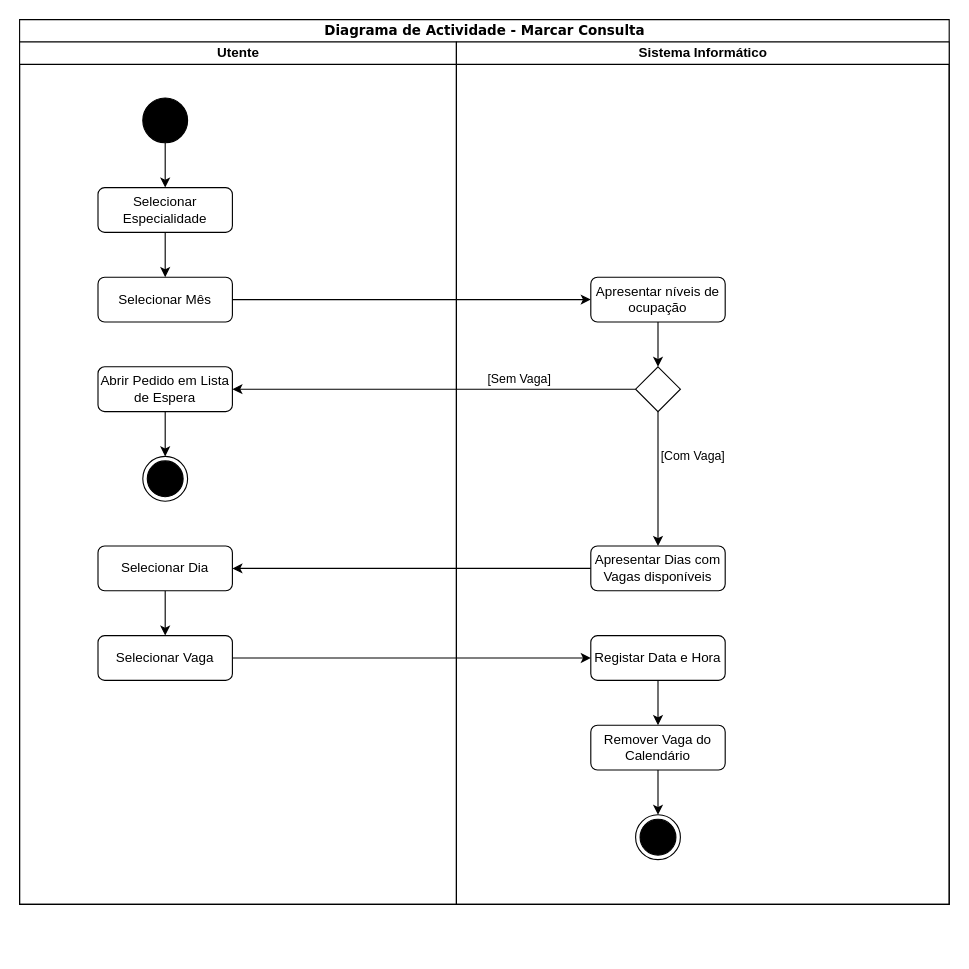
carlan92/Hospital_Management_System keeps this draw.io diagram as page "Marcar Consulta" (1 of 6) of Diagramas de actividades.drawio. Above is the earlier version. Source tidied: cells renumbered, new cells numbered last; positions are measured from the earlier drawing's top-left corner, leaving out a move shared by most shapes. Both pictures are drawn from the tidied source at 112%, with x=0, y=0 at pixel (19, 19).
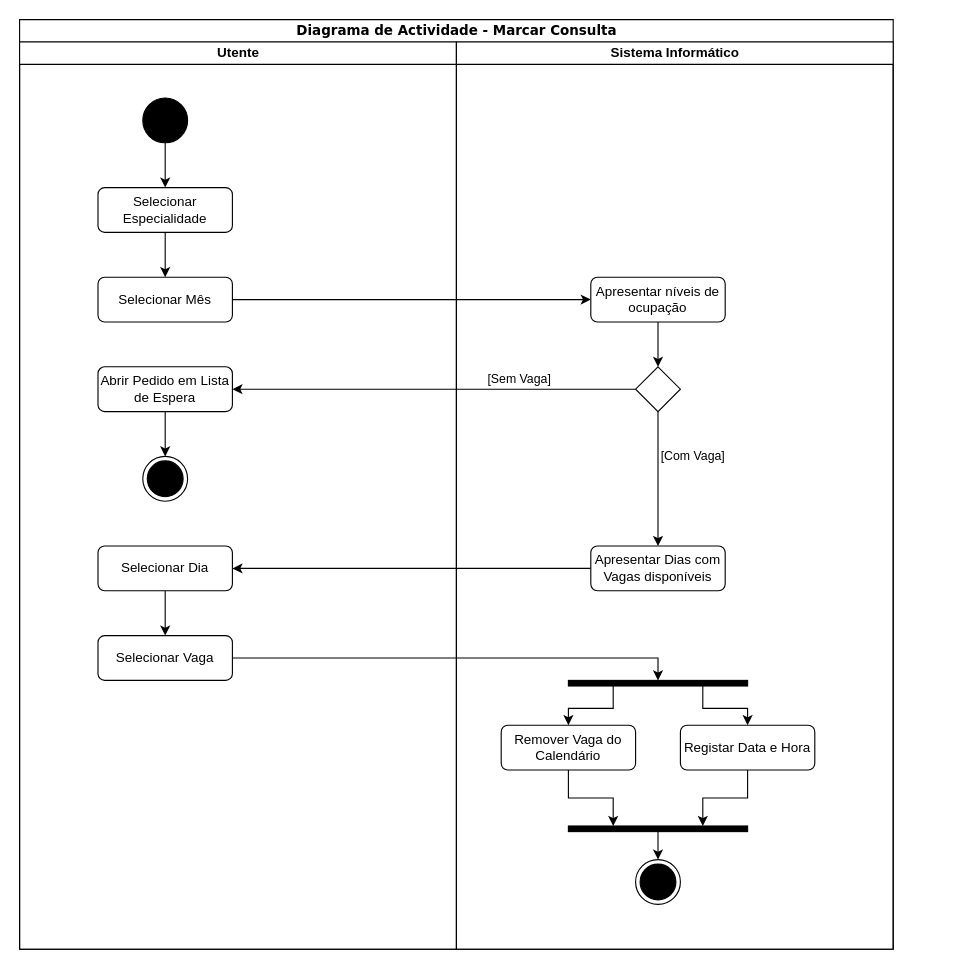
The same page after the edit.

Commit message:
#3 Actualização do diagrama de actividades de marcar consulta

Unchanged cells that the change refers to:
```xml
<mxCell id="19" value="Selecionar Vaga" style="rounded=1;whiteSpace=wrap;html=1;" parent="8" vertex="1">
  <mxGeometry x="70" y="530" width="120" height="40" as="geometry" />
</mxCell>
```

The edit, as a diff of the source:
```diff
@@
     <mxCell id="2" value="Diagrama de Actividade - Marcar Consulta" style="swimlane;html=1;startSize=20;rounded=0;shadow=0;comic=0;labelBackgroundColor=none;strokeWidth=1;fontFamily=Verdana;fontSize=12;align=center;" parent="1" vertex="1">
-      <mxGeometry width="830" height="790" as="geometry" />
+      <mxGeometry width="780" height="830" as="geometry" />
     </mxCell>
@@
-    <mxCell id="7" style="edgeStyle=orthogonalEdgeStyle;rounded=0;jettySize=auto;html=1;entryX=0;entryY=0.5;entryDx=0;entryDy=0;" parent="2" edge="1" source="19" target="22">
+    <mxCell id="7" style="edgeStyle=orthogonalEdgeStyle;rounded=0;jettySize=auto;html=1;entryX=0.5;entryY=0;entryDx=0;entryDy=0;" parent="2" edge="1" source="19" target="35">
       <mxGeometry relative="1" as="geometry" />
     </mxCell>
     <mxCell id="8" value="Utente" style="swimlane;html=1;startSize=20;" parent="2" vertex="1">
-      <mxGeometry y="20" width="390" height="770" as="geometry" />
+      <mxGeometry y="20" width="390" height="810" as="geometry" />
     </mxCell>
@@
     <mxCell id="20" value="Sistema Informático" style="swimlane;html=1;startSize=20;" parent="2" vertex="1">
-      <mxGeometry x="390" y="20" width="440" height="770" as="geometry" />
+      <mxGeometry x="390" y="20" width="390" height="810" as="geometry" />
     </mxCell>
-    <mxCell id="21" style="edgeStyle=orthogonalEdgeStyle;rounded=0;jettySize=auto;html=1;" parent="20" edge="1" source="22" target="24">
+    <mxCell id="21" style="edgeStyle=orthogonalEdgeStyle;rounded=0;jettySize=auto;html=1;exitX=0.25;exitY=1;exitDx=0;exitDy=0;" parent="20" edge="1" source="35" target="24">
       <mxGeometry relative="1" as="geometry" />
     </mxCell>
+    <mxCell id="32" style="edgeStyle=orthogonalEdgeStyle;rounded=0;jettySize=auto;html=1;exitX=0.5;exitY=1;exitDx=0;exitDy=0;entryX=0.75;entryY=0;entryDx=0;entryDy=0;" parent="20" edge="1" source="22" target="37">
+      <mxGeometry relative="1" as="geometry" />
+    </mxCell>
     <mxCell id="22" value="Registar Data e Hora" style="rounded=1;whiteSpace=wrap;html=1;" parent="20" vertex="1">
-      <mxGeometry x="120" y="530" width="120" height="40" as="geometry" />
+      <mxGeometry x="200" y="610" width="120" height="40" as="geometry" />
     </mxCell>
-    <mxCell id="23" style="edgeStyle=orthogonalEdgeStyle;rounded=0;jettySize=auto;html=1;entryX=0.5;entryY=0;entryDx=0;entryDy=0;" parent="20" edge="1" source="24" target="31">
-      <mxGeometry relative="1" as="geometry" />
-    </mxCell>
+    <mxCell id="33" style="edgeStyle=orthogonalEdgeStyle;rounded=0;jettySize=auto;html=1;exitX=0.5;exitY=1;exitDx=0;exitDy=0;entryX=0.25;entryY=0;entryDx=0;entryDy=0;" parent="20" edge="1" source="24" target="37">
+      <mxGeometry relative="1" as="geometry" />
+    </mxCell>
     <mxCell id="24" value="Remover Vaga do Calendário" style="rounded=1;whiteSpace=wrap;html=1;" parent="20" vertex="1">
-      <mxGeometry x="120" y="610" width="120" height="40" as="geometry" />
+      <mxGeometry x="40" y="610" width="120" height="40" as="geometry" />
     </mxCell>
@@
     <mxCell id="31" style="ellipse;html=1;shape=endState;fillColor=#000000;" parent="20" vertex="1">
-      <mxGeometry x="160" y="690" width="40" height="40" as="geometry" />
+      <mxGeometry x="160" y="730" width="40" height="40" as="geometry" />
     </mxCell>
+    <mxCell id="34" style="edgeStyle=orthogonalEdgeStyle;rounded=0;jettySize=auto;html=1;exitX=0.75;exitY=1;exitDx=0;exitDy=0;" parent="20" edge="1" source="35" target="22">
+      <mxGeometry relative="1" as="geometry" />
+    </mxCell>
+    <mxCell id="35" style="rounded=0;whiteSpace=wrap;html=1;strokeColor=#000000;fillColor=#000000;" parent="20" vertex="1">
+      <mxGeometry x="100" y="570" width="160" height="5" as="geometry" />
+    </mxCell>
+    <mxCell id="36" style="edgeStyle=orthogonalEdgeStyle;rounded=0;jettySize=auto;html=1;exitX=0.5;exitY=1;exitDx=0;exitDy=0;entryX=0.5;entryY=0;entryDx=0;entryDy=0;" parent="20" edge="1" source="37" target="31">
+      <mxGeometry relative="1" as="geometry" />
+    </mxCell>
+    <mxCell id="37" style="rounded=0;whiteSpace=wrap;html=1;strokeColor=#000000;fillColor=#000000;" parent="20" vertex="1">
+      <mxGeometry x="100" y="700" width="160" height="5" as="geometry" />
+    </mxCell>
```
